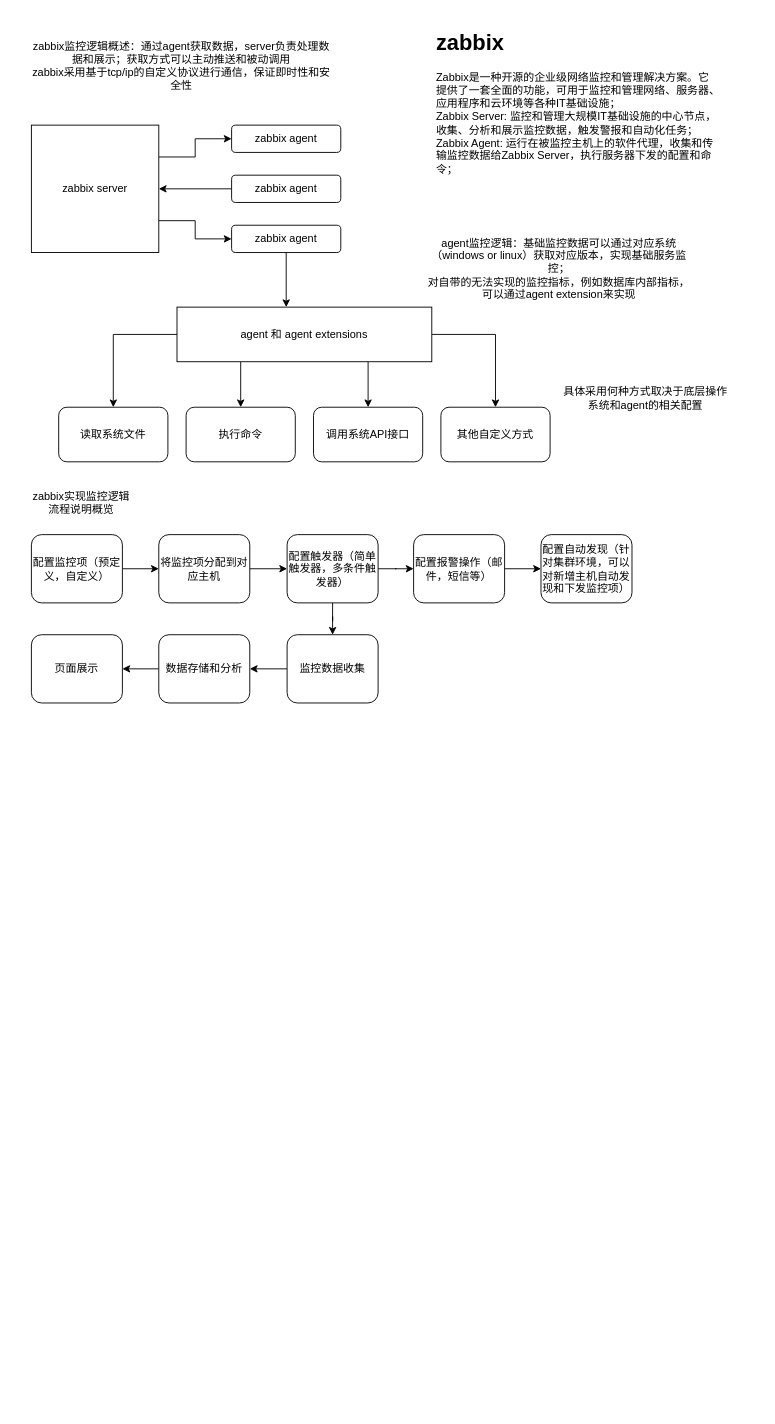
Above: zabbix.drawio in dengkefu/draw.io (draw.io), before the change. Source tidied: cells renumbered, new cells numbered last; positions are measured from the earlier drawing's top-left corner, leaving out a move shared by most shapes. Both pictures are drawn from the tidied source at 91%, with x=0, y=0 at pixel (31, 25).
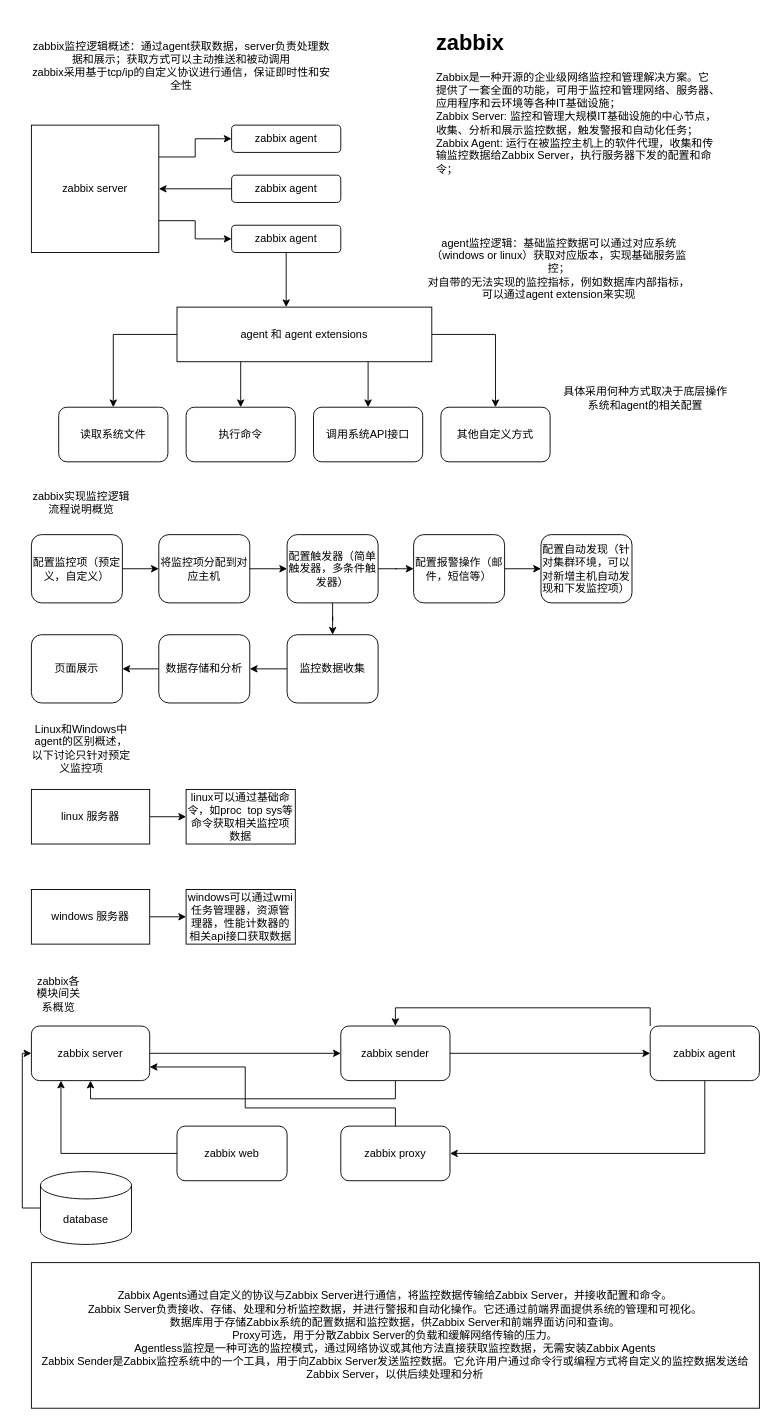
The same page after the edit.

What changed in the source:
```diff
@@
+    <mxCell id="39" value="Linux和Windows中agent的区别概述，以下讨论只针对预定义监控项" style="text;html=1;strokeColor=none;fillColor=none;align=center;verticalAlign=middle;whiteSpace=wrap;rounded=0;" parent="1" vertex="1">
+      <mxGeometry y="780" width="110" height="30" as="geometry" />
+    </mxCell>
+    <mxCell id="40" style="edgeStyle=orthogonalEdgeStyle;rounded=0;jettySize=auto;html=1;" parent="1" edge="1" source="41" target="44">
+      <mxGeometry relative="1" as="geometry" />
+    </mxCell>
+    <mxCell id="41" value="linux 服务器" style="rounded=0;whiteSpace=wrap;html=1;" parent="1" vertex="1">
+      <mxGeometry y="840" width="130" height="60" as="geometry" />
+    </mxCell>
+    <mxCell id="42" style="edgeStyle=orthogonalEdgeStyle;rounded=0;jettySize=auto;html=1;" parent="1" edge="1" source="43" target="45">
+      <mxGeometry relative="1" as="geometry" />
+    </mxCell>
+    <mxCell id="43" value="windows 服务器" style="rounded=0;whiteSpace=wrap;html=1;" parent="1" vertex="1">
+      <mxGeometry y="950" width="130" height="60" as="geometry" />
+    </mxCell>
+    <mxCell id="44" value="linux可以通过基础命令，如proc&amp;nbsp; top sys等命令获取相关监控项数据" style="whiteSpace=wrap;html=1;rounded=0;" parent="1" vertex="1">
+      <mxGeometry x="170" y="840" width="120" height="60" as="geometry" />
+    </mxCell>
+    <mxCell id="45" value="windows可以通过wmi 任务管理器，资源管理器，性能计数器的相关api接口获取数据" style="whiteSpace=wrap;html=1;rounded=0;" parent="1" vertex="1">
+      <mxGeometry x="170" y="950" width="120" height="60" as="geometry" />
+    </mxCell>
+    <mxCell id="46" value="zabbix各模块间关系概览" style="text;html=1;strokeColor=none;fillColor=none;align=center;verticalAlign=middle;whiteSpace=wrap;rounded=0;" parent="1" vertex="1">
+      <mxGeometry y="1050" width="60" height="30" as="geometry" />
+    </mxCell>
+    <mxCell id="47" style="edgeStyle=orthogonalEdgeStyle;rounded=0;jettySize=auto;html=1;entryX=0;entryY=0.5;entryDx=0;entryDy=0;" parent="1" edge="1" source="48" target="56">
+      <mxGeometry relative="1" as="geometry" />
+    </mxCell>
+    <mxCell id="48" value="zabbix server" style="rounded=1;whiteSpace=wrap;html=1;" parent="1" vertex="1">
+      <mxGeometry y="1100" width="130" height="60" as="geometry" />
+    </mxCell>
+    <mxCell id="49" style="edgeStyle=orthogonalEdgeStyle;rounded=0;jettySize=auto;html=1;exitX=0;exitY=0;exitDx=0;exitDy=0;entryX=0.5;entryY=0;entryDx=0;entryDy=0;" parent="1" edge="1" source="51" target="56">
+      <mxGeometry relative="1" as="geometry" />
+    </mxCell>
+    <mxCell id="50" style="edgeStyle=orthogonalEdgeStyle;rounded=0;jettySize=auto;html=1;entryX=1;entryY=0.5;entryDx=0;entryDy=0;" parent="1" edge="1" source="51" target="58">
+      <mxGeometry relative="1" as="geometry">
+        <Array as="points">
+          <mxPoint x="740" y="1240" />
+        </Array>
+      </mxGeometry>
+    </mxCell>
+    <mxCell id="51" value="zabbix agent" style="rounded=1;whiteSpace=wrap;html=1;" parent="1" vertex="1">
+      <mxGeometry x="680" y="1100" width="120" height="60" as="geometry" />
+    </mxCell>
+    <mxCell id="52" style="edgeStyle=orthogonalEdgeStyle;rounded=0;jettySize=auto;html=1;exitX=0;exitY=0.5;exitDx=0;exitDy=0;exitPerimeter=0;entryX=0;entryY=0.5;entryDx=0;entryDy=0;" parent="1" edge="1" source="53" target="48">
+      <mxGeometry relative="1" as="geometry" />
+    </mxCell>
+    <mxCell id="53" value="database" style="shape=cylinder3;whiteSpace=wrap;html=1;boundedLbl=1;backgroundOutline=1;size=15;" parent="1" vertex="1">
+      <mxGeometry x="10" y="1260" width="100" height="80" as="geometry" />
+    </mxCell>
+    <mxCell id="54" style="edgeStyle=orthogonalEdgeStyle;rounded=0;jettySize=auto;html=1;entryX=0;entryY=0.5;entryDx=0;entryDy=0;" parent="1" edge="1" source="56" target="51">
+      <mxGeometry relative="1" as="geometry" />
+    </mxCell>
+    <mxCell id="55" style="edgeStyle=orthogonalEdgeStyle;rounded=0;jettySize=auto;html=1;entryX=0.5;entryY=1;entryDx=0;entryDy=0;" parent="1" edge="1" source="56" target="48">
+      <mxGeometry relative="1" as="geometry">
+        <Array as="points">
+          <mxPoint x="400" y="1180" />
+          <mxPoint x="65" y="1180" />
+        </Array>
+      </mxGeometry>
+    </mxCell>
+    <mxCell id="56" value="zabbix sender" style="rounded=1;whiteSpace=wrap;html=1;" parent="1" vertex="1">
+      <mxGeometry x="340" y="1100" width="120" height="60" as="geometry" />
+    </mxCell>
+    <mxCell id="57" style="edgeStyle=orthogonalEdgeStyle;rounded=0;jettySize=auto;html=1;entryX=1;entryY=0.75;entryDx=0;entryDy=0;" parent="1" edge="1" source="58" target="48">
+      <mxGeometry relative="1" as="geometry">
+        <Array as="points">
+          <mxPoint x="400" y="1190" />
+          <mxPoint x="235" y="1190" />
+          <mxPoint x="235" y="1145" />
+        </Array>
+      </mxGeometry>
+    </mxCell>
+    <mxCell id="58" value="zabbix proxy" style="rounded=1;whiteSpace=wrap;html=1;" parent="1" vertex="1">
+      <mxGeometry x="340" y="1210" width="120" height="60" as="geometry" />
+    </mxCell>
+    <mxCell id="59" style="edgeStyle=orthogonalEdgeStyle;rounded=0;jettySize=auto;html=1;entryX=0.25;entryY=1;entryDx=0;entryDy=0;" parent="1" edge="1" source="60" target="48">
+      <mxGeometry relative="1" as="geometry" />
+    </mxCell>
+    <mxCell id="60" value="zabbix web" style="rounded=1;whiteSpace=wrap;html=1;" parent="1" vertex="1">
+      <mxGeometry x="160" y="1210" width="121" height="60" as="geometry" />
+    </mxCell>
+    <mxCell id="61" value="&lt;div&gt;Zabbix Agents通过自定义的协议与Zabbix Server进行通信，将监控数据传输给Zabbix Server，并接收配置和命令。&lt;/div&gt;&lt;div&gt;Zabbix Server负责接收、存储、处理和分析监控数据，并进行警报和自动化操作。它还通过前端界面提供系统的管理和可视化。&lt;/div&gt;&lt;div&gt;数据库用于存储Zabbix系统的配置数据和监控数据，供Zabbix Server和前端界面访问和查询。&lt;/div&gt;&lt;div&gt;Proxy可选，用于分散Zabbix Server的负载和缓解网络传输的压力。&lt;/div&gt;&lt;div&gt;Agentless监控是一种可选的监控模式，通过网络协议或其他方法直接获取监控数据，无需安装Zabbix Agents&lt;/div&gt;&lt;div&gt;Zabbix Sender是Zabbix监控系统中的一个工具，用于向Zabbix Server发送监控数据。它允许用户通过命令行或编程方式将自定义的监控数据发送给Zabbix Server，以供后续处理和分析&lt;/div&gt;" style="rounded=0;whiteSpace=wrap;html=1;" parent="1" vertex="1">
+      <mxGeometry y="1360" width="800" height="160" as="geometry" />
+    </mxCell>
```
